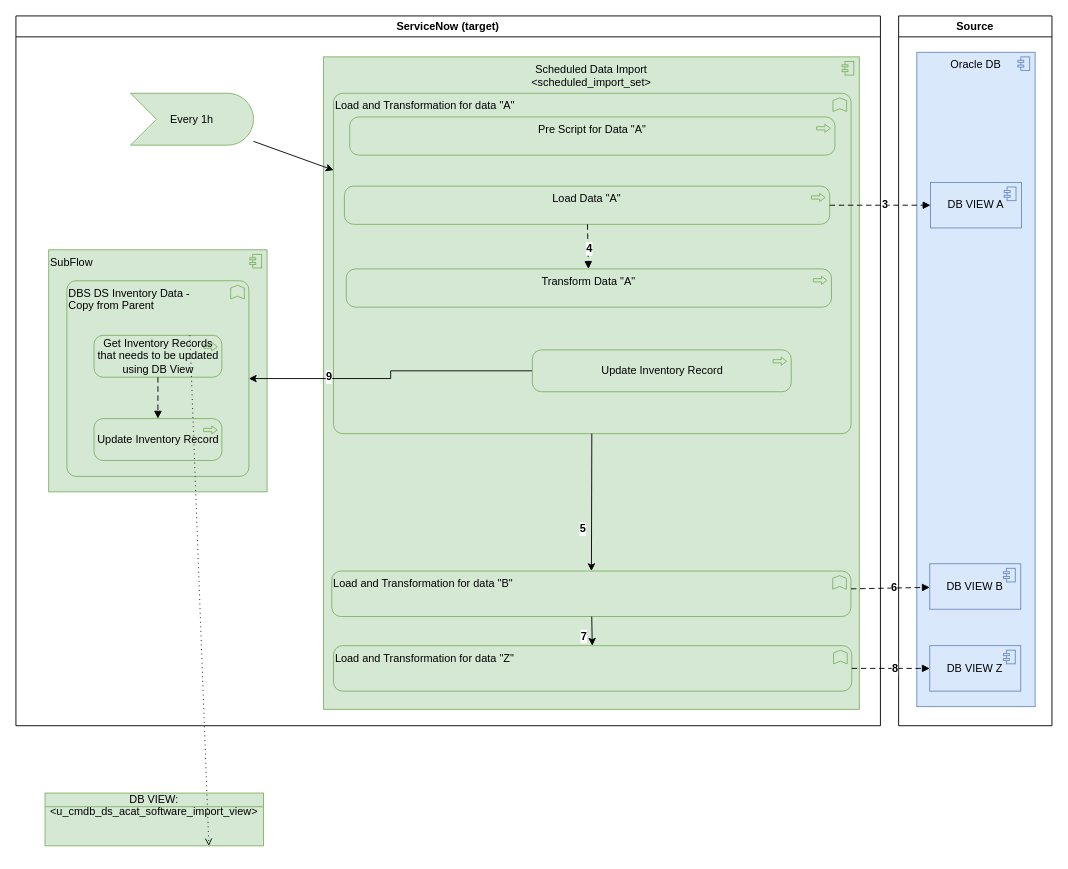
algimas/tmp keeps this draw.io diagram as page "DeltaCopy" (2 of 8) of DBs.drawio. Above is the earlier version. Source tidied: cells renumbered, new cells numbered last; positions are measured from the earlier drawing's top-left corner, leaving out a move shared by most shapes. Both pictures are drawn from the tidied source at 91%, with x=0, y=0 at pixel (15, 15).
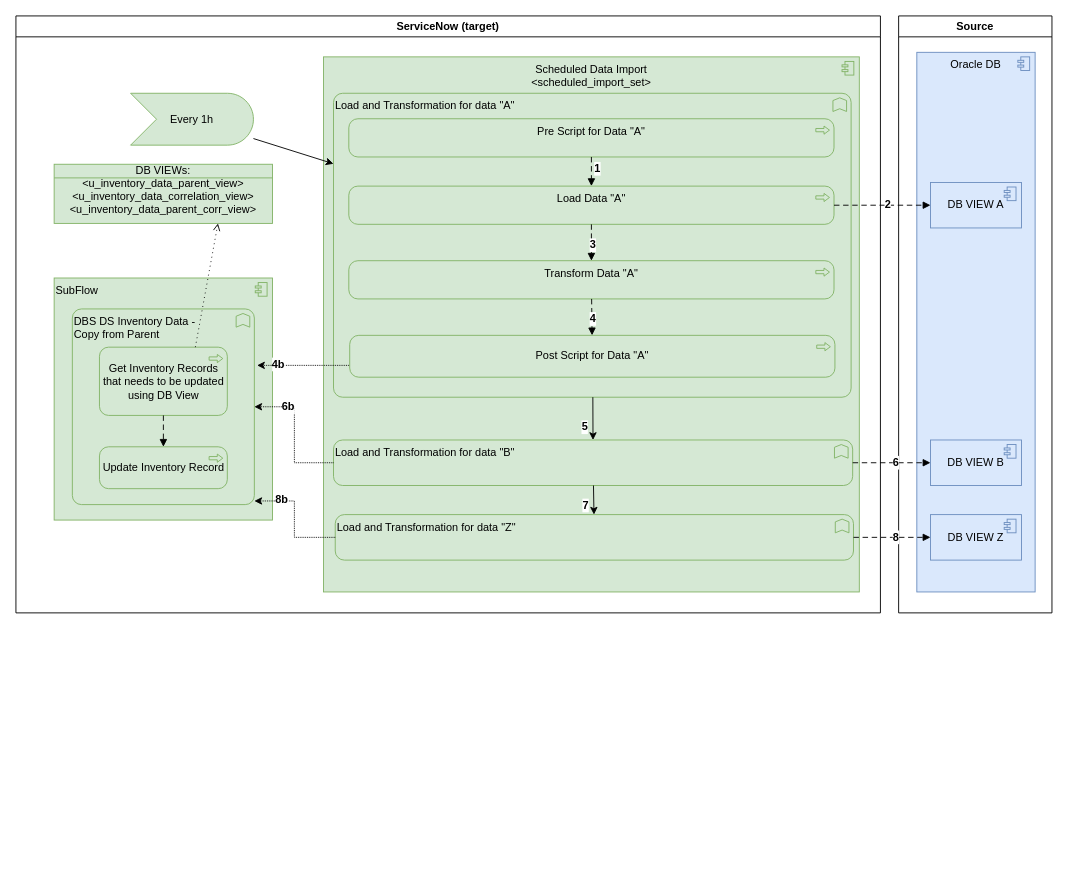
After the change.

Unchanged cells that the change refers to:
```xml
<mxCell id="9" style="html=1;endArrow=block;dashed=1;elbow=vertical;endFill=1;dashPattern=6 4;rounded=0;fontSize=12;" parent="2" edge="1" source="6" target="8">
  <mxGeometry relative="1" as="geometry" />
</mxCell>
<mxCell id="28" style="html=1;endArrow=block;dashed=1;elbow=vertical;endFill=1;dashPattern=6 4;rounded=0;fontSize=12;" parent="1" edge="1" source="6" target="25">
  <mxGeometry relative="1" as="geometry" />
</mxCell>
```

Diff of the diagram source:
```diff
@@
     <mxCell id="2" value="ServiceNow (target)" style="swimlane;" parent="1" vertex="1">
-      <mxGeometry width="950" height="780" as="geometry" />
+      <mxGeometry width="950" height="656" as="geometry" />
     </mxCell>
     <mxCell id="3" value="Scheduled Data Import&lt;br&gt;&amp;lt;scheduled_import_set&amp;gt;" style="html=1;whiteSpace=wrap;fillColor=#d5e8d4;shape=mxgraph.archimate3.application;appType=comp;archiType=square;strokeColor=#82b366;verticalAlign=top;" parent="2" vertex="1">
-      <mxGeometry x="338" y="45" width="588.8" height="717" as="geometry" />
+      <mxGeometry x="338" y="45" width="588.8" height="588" as="geometry" />
     </mxCell>
     <mxCell id="4" value="Load and Transformation for data &quot;A&quot;" style="html=1;outlineConnect=0;whiteSpace=wrap;fillColor=#d5e8d4;shape=mxgraph.archimate3.application;appType=func;archiType=rounded;strokeColor=#82b366;verticalAlign=top;align=left;" parent="2" vertex="1">
-      <mxGeometry x="349" y="85" width="568.8" height="374" as="geometry" />
+      <mxGeometry x="349" y="85" width="568.8" height="334" as="geometry" />
     </mxCell>
@@
     <mxCell id="6" value="Load Data &quot;A&quot;" style="html=1;outlineConnect=0;whiteSpace=wrap;fillColor=#d5e8d4;shape=mxgraph.archimate3.application;appType=proc;archiType=rounded;strokeColor=#82b366;verticalAlign=top;" parent="2" vertex="1">
-      <mxGeometry x="361" y="187" width="533.2" height="42" as="geometry" />
+      <mxGeometry x="365.8" y="187" width="533.2" height="42" as="geometry" />
     </mxCell>
@@
     <mxCell id="8" value="Transform Data &quot;A&quot;" style="html=1;outlineConnect=0;whiteSpace=wrap;fillColor=#d5e8d4;shape=mxgraph.archimate3.application;appType=proc;archiType=rounded;strokeColor=#82b366;verticalAlign=top;" parent="2" vertex="1">
-      <mxGeometry x="363" y="278" width="533.2" height="42" as="geometry" />
+      <mxGeometry x="365.8" y="269" width="533.2" height="42" as="geometry" />
     </mxCell>
@@
-    <mxCell id="10" value="&lt;b&gt;4&lt;/b&gt;" style="edgeLabel;html=1;align=center;verticalAlign=middle;fontSize=12;" parent="9" vertex="1">
+    <mxCell id="10" value="&lt;b&gt;3&lt;/b&gt;" style="edgeLabel;html=1;align=center;verticalAlign=middle;fontSize=12;" parent="9" vertex="1">
       <mxGeometry x="0.09" y="1" relative="1" as="geometry" />
     </mxCell>
     <mxCell id="11" value="Load and Transformation for data &quot;B&quot;" style="html=1;outlineConnect=0;whiteSpace=wrap;fillColor=#d5e8d4;shape=mxgraph.archimate3.application;appType=func;archiType=rounded;strokeColor=#82b366;verticalAlign=top;align=left;" parent="2" vertex="1">
-      <mxGeometry x="347.1" y="610" width="570.5" height="50" as="geometry" />
+      <mxGeometry x="349" y="466" width="570.5" height="50" as="geometry" />
     </mxCell>
@@
     <mxCell id="14" value="SubFlow" style="html=1;whiteSpace=wrap;fillColor=#d5e8d4;shape=mxgraph.archimate3.application;appType=comp;archiType=square;strokeColor=#82b366;verticalAlign=top;align=left;" parent="2" vertex="1">
-      <mxGeometry x="36" y="257" width="240" height="266" as="geometry" />
+      <mxGeometry x="42" y="288" width="240" height="266" as="geometry" />
     </mxCell>
     <mxCell id="15" value="DBS DS Inventory Data - &lt;br&gt;Copy from Parent" style="html=1;outlineConnect=0;whiteSpace=wrap;fillColor=#d5e8d4;shape=mxgraph.archimate3.application;appType=func;archiType=rounded;strokeColor=#82b366;verticalAlign=top;align=left;" parent="2" vertex="1">
-      <mxGeometry x="56" y="291" width="200" height="215" as="geometry" />
+      <mxGeometry x="62" y="322" width="200" height="215" as="geometry" />
     </mxCell>
     <mxCell id="16" value="Update Inventory Record" style="html=1;outlineConnect=0;whiteSpace=wrap;fillColor=#d5e8d4;shape=mxgraph.archimate3.application;appType=proc;archiType=rounded;strokeColor=#82b366;" parent="2" vertex="1">
-      <mxGeometry x="85.8" y="442.5" width="140.5" height="46" as="geometry" />
+      <mxGeometry x="91.8" y="473.5" width="140.5" height="46" as="geometry" />
     </mxCell>
     <mxCell id="17" value="Get Inventory Records that needs to be updated using DB View" style="html=1;outlineConnect=0;whiteSpace=wrap;fillColor=#d5e8d4;shape=mxgraph.archimate3.application;appType=proc;archiType=rounded;strokeColor=#82b366;" parent="2" vertex="1">
-      <mxGeometry x="85.8" y="351" width="140.5" height="46" as="geometry" />
+      <mxGeometry x="91.8" y="364" width="140.5" height="75" as="geometry" />
     </mxCell>
@@
-    <mxCell id="19" style="rounded=0;jettySize=auto;html=1;fontSize=6;edgeStyle=orthogonalEdgeStyle;" parent="2" edge="1" source="21" target="15">
-      <mxGeometry relative="1" as="geometry" />
+    <mxCell id="19" style="rounded=0;orthogonalLoop=1;jettySize=auto;html=1;fontSize=6;dashed=1;dashPattern=1 1;edgeStyle=elbowEdgeStyle;" parent="2" edge="1">
+      <mxGeometry relative="1" as="geometry">
+        <mxPoint x="369.8" y="384" as="sourcePoint" />
+        <mxPoint x="265" y="384" as="targetPoint" />
+        <Array as="points">
+          <mxPoint x="313" y="384" />
+        </Array>
+      </mxGeometry>
     </mxCell>
-    <mxCell id="20" value="&lt;font style=&quot;font-size: 12px;&quot;&gt;&lt;b&gt;9&lt;/b&gt;&lt;/font&gt;" style="edgeLabel;html=1;align=center;verticalAlign=middle;fontSize=6;" parent="19" vertex="1">
+    <mxCell id="20" value="&lt;font style=&quot;font-size: 12px;&quot;&gt;&lt;b&gt;4b&lt;/b&gt;&lt;/font&gt;" style="edgeLabel;html=1;align=center;verticalAlign=middle;fontSize=6;" parent="19" vertex="1">
       <mxGeometry x="0.4" y="-1" relative="1" as="geometry">
         <mxPoint x="-9" y="-1" as="offset" />
       </mxGeometry>
     </mxCell>
-    <mxCell id="21" value="Update Inventory Record" style="html=1;outlineConnect=0;whiteSpace=wrap;fillColor=#d5e8d4;shape=mxgraph.archimate3.application;appType=proc;archiType=rounded;strokeColor=#82b366;" parent="2" vertex="1">
-      <mxGeometry x="567.5" y="367" width="284.5" height="46" as="geometry" />
+    <mxCell id="21" value="Post Script for Data &quot;A&quot;" style="html=1;outlineConnect=0;whiteSpace=wrap;fillColor=#d5e8d4;shape=mxgraph.archimate3.application;appType=proc;archiType=rounded;strokeColor=#82b366;" parent="2" vertex="1">
+      <mxGeometry x="366.8" y="351" width="533.2" height="46" as="geometry" />
     </mxCell>
     <mxCell id="22" value="Pre Script for Data &quot;A&quot;" style="html=1;outlineConnect=0;whiteSpace=wrap;fillColor=#d5e8d4;shape=mxgraph.archimate3.application;appType=proc;archiType=rounded;strokeColor=#82b366;verticalAlign=top;" parent="2" vertex="1">
-      <mxGeometry x="366.8" y="111" width="533.2" height="42" as="geometry" />
+      <mxGeometry x="365.8" y="113" width="533.2" height="42" as="geometry" />
     </mxCell>
+    <mxCell id="39" style="html=1;endArrow=block;dashed=1;elbow=vertical;endFill=1;dashPattern=6 4;rounded=0;fontSize=12;" parent="2" edge="1" source="22" target="6">
+      <mxGeometry relative="1" as="geometry" />
+    </mxCell>
+    <mxCell id="40" value="&lt;b&gt;1&lt;/b&gt;" style="edgeLabel;html=1;align=center;verticalAlign=middle;fontSize=12;" parent="39" vertex="1">
+      <mxGeometry x="0.09" y="1" relative="1" as="geometry">
+        <mxPoint x="5" y="-5" as="offset" />
+      </mxGeometry>
+    </mxCell>
+    <mxCell id="41" style="html=1;endArrow=block;dashed=1;elbow=vertical;endFill=1;dashPattern=6 4;rounded=0;fontSize=12;" parent="2" edge="1" source="8" target="21">
+      <mxGeometry relative="1" as="geometry" />
+    </mxCell>
+    <mxCell id="42" value="&lt;b&gt;4&lt;/b&gt;" style="edgeLabel;html=1;align=center;verticalAlign=middle;fontSize=12;" parent="41" vertex="1">
+      <mxGeometry x="0.09" y="1" relative="1" as="geometry" />
+    </mxCell>
+    <mxCell id="37" value="DB VIEWs: &amp;lt;u_inventory_data_parent_view&amp;gt;&lt;br&gt;&amp;lt;u_inventory_data_correlation_view&amp;gt;&lt;br&gt;&amp;lt;u_inventory_data_parent_corr_view&amp;gt;&lt;span style=&quot;&quot;&gt;&lt;/span&gt;" style="html=1;outlineConnect=0;whiteSpace=wrap;fillColor=#d5e8d4;shape=mxgraph.archimate3.businessObject;overflow=fill;strokeColor=#82b366;" parent="2" vertex="1">
+      <mxGeometry x="42" y="163" width="240" height="65" as="geometry" />
+    </mxCell>
+    <mxCell id="38" style="html=1;endArrow=open;elbow=vertical;endFill=0;dashed=1;dashPattern=1 4;rounded=0;fillColor=#00b9f2;exitX=0.75;exitY=0;exitDx=0;exitDy=0;exitPerimeter=0;entryX=0.75;entryY=1;entryDx=0;entryDy=0;entryPerimeter=0;" parent="2" edge="1" source="17" target="37">
+      <mxGeometry relative="1" as="geometry" />
+    </mxCell>
+    <mxCell id="43" style="rounded=0;jettySize=auto;html=1;fontSize=6;dashed=1;dashPattern=1 1;edgeStyle=elbowEdgeStyle;" parent="2" edge="1" source="11" target="15">
+      <mxGeometry relative="1" as="geometry" />
+    </mxCell>
+    <mxCell id="44" value="&lt;font style=&quot;font-size: 12px;&quot;&gt;&lt;b&gt;6b&lt;/b&gt;&lt;/font&gt;" style="edgeLabel;html=1;align=center;verticalAlign=middle;fontSize=6;" parent="43" vertex="1">
+      <mxGeometry x="0.4" y="-1" relative="1" as="geometry">
+        <mxPoint x="-9" y="-1" as="offset" />
+      </mxGeometry>
+    </mxCell>
     <mxCell id="23" value="Source" style="swimlane;" parent="1" vertex="1">
-      <mxGeometry x="970" width="168.5" height="780" as="geometry" />
+      <mxGeometry x="970" width="168.5" height="656" as="geometry" />
     </mxCell>
     <mxCell id="24" value="Oracle DB" style="html=1;whiteSpace=wrap;fillColor=#dae8fc;shape=mxgraph.archimate3.application;appType=comp;archiType=square;strokeColor=#6c8ebf;verticalAlign=top;" parent="23" vertex="1">
-      <mxGeometry x="20" y="40" width="130" height="719" as="geometry" />
+      <mxGeometry x="20" y="40" width="130" height="593" as="geometry" />
     </mxCell>
@@
     <mxCell id="26" value="DB VIEW B" style="html=1;outlineConnect=0;whiteSpace=wrap;fillColor=#dae8fc;shape=mxgraph.archimate3.application;appType=comp;archiType=square;strokeColor=#6c8ebf;verticalAlign=middle;" parent="23" vertex="1">
-      <mxGeometry x="34.2" y="602" width="100" height="50" as="geometry" />
+      <mxGeometry x="35" y="466" width="100" height="50" as="geometry" />
     </mxCell>
     <mxCell id="27" value="DB VIEW Z" style="html=1;outlineConnect=0;whiteSpace=wrap;fillColor=#dae8fc;shape=mxgraph.archimate3.application;appType=comp;archiType=square;strokeColor=#6c8ebf;verticalAlign=middle;" parent="23" vertex="1">
-      <mxGeometry x="34.2" y="692" width="100" height="50" as="geometry" />
+      <mxGeometry x="35" y="548" width="100" height="50" as="geometry" />
     </mxCell>
@@
-    <mxCell id="29" value="&lt;b&gt;3&lt;/b&gt;" style="edgeLabel;html=1;align=center;verticalAlign=middle;fontSize=12;" parent="28" vertex="1">
+    <mxCell id="29" value="&lt;b&gt;2&lt;/b&gt;" style="edgeLabel;html=1;align=center;verticalAlign=middle;fontSize=12;" parent="28" vertex="1">
       <mxGeometry x="0.09" y="1" relative="1" as="geometry" />
     </mxCell>
     <mxCell id="30" value="Load and Transformation for data &quot;Z&quot;" style="html=1;outlineConnect=0;whiteSpace=wrap;fillColor=#d5e8d4;shape=mxgraph.archimate3.application;appType=func;archiType=rounded;strokeColor=#82b366;verticalAlign=top;align=left;" parent="1" vertex="1">
-      <mxGeometry x="349" y="692" width="569.5" height="50" as="geometry" />
+      <mxGeometry x="350.9" y="548" width="569.5" height="50" as="geometry" />
     </mxCell>
@@
-    <mxCell id="37" value="DB VIEW: &amp;lt;u_cmdb_ds_acat_software_import_view&amp;gt;" style="html=1;outlineConnect=0;whiteSpace=wrap;fillColor=#d5e8d4;shape=mxgraph.archimate3.businessObject;overflow=fill;strokeColor=#82b366;" parent="1" vertex="1">
-      <mxGeometry x="32" y="854" width="240" height="58" as="geometry" />
-    </mxCell>
-    <mxCell id="38" style="html=1;endArrow=open;elbow=vertical;endFill=0;dashed=1;dashPattern=1 4;rounded=0;fillColor=#00b9f2;exitX=0.75;exitY=0;exitDx=0;exitDy=0;exitPerimeter=0;entryX=0.75;entryY=1;entryDx=0;entryDy=0;entryPerimeter=0;" parent="1" edge="1" source="17" target="37">
-      <mxGeometry relative="1" as="geometry" />
-    </mxCell>
+    <mxCell id="45" style="rounded=0;jettySize=auto;html=1;fontSize=6;dashed=1;dashPattern=1 1;edgeStyle=elbowEdgeStyle;" parent="1" edge="1" source="30" target="15">
+      <mxGeometry relative="1" as="geometry">
+        <Array as="points">
+          <mxPoint x="306" y="533" />
+        </Array>
+      </mxGeometry>
+    </mxCell>
+    <mxCell id="46" value="&lt;font style=&quot;font-size: 12px;&quot;&gt;&lt;b&gt;8b&lt;/b&gt;&lt;/font&gt;" style="edgeLabel;html=1;align=center;verticalAlign=middle;fontSize=6;" parent="45" vertex="1">
+      <mxGeometry x="0.4" y="-1" relative="1" as="geometry">
+        <mxPoint x="-9" y="-1" as="offset" />
+      </mxGeometry>
+    </mxCell>
```
